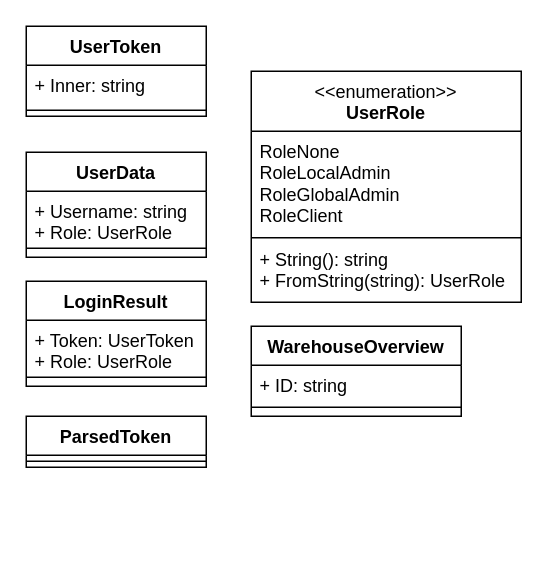
Above: page "types" (1 of 4) of assets/drawio/apigateway.drawio in alimitedgroup/alimitedgroup.github.io (draw.io), before the change. Source tidied: cells renumbered, new cells numbered last; positions are measured from the earlier drawing's top-left corner, leaving out a move shared by most shapes. Both pictures are drawn from the tidied source at 150%, with x=0, y=0 at pixel (26, 26).
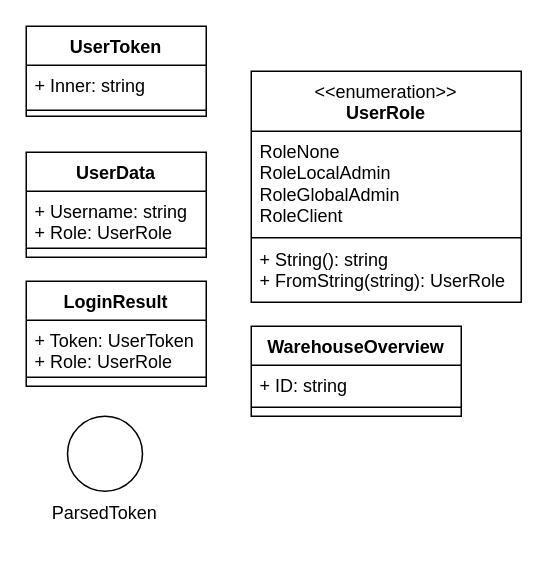
The same page after the edit.

The edit, as a diff of the source:
```diff
@@
-    <mxCell id="6" value="ParsedToken" style="swimlane;fontStyle=1;align=center;verticalAlign=top;horizontal=1;startSize=26;whiteSpace=wrap;html=1;" parent="1" vertex="1">
-      <mxGeometry y="260" width="120" height="34" as="geometry" />
-    </mxCell>
-    <mxCell id="7" style="line;strokeWidth=1;fillColor=none;align=left;verticalAlign=middle;spacingTop=-1;spacingLeft=3;spacingRight=3;labelPosition=right;strokeColor=inherit;" parent="6" vertex="1">
-      <mxGeometry y="26" width="120" height="8" as="geometry" />
-    </mxCell>
@@
+    <mxCell id="23" style="ellipse;whiteSpace=wrap;html=1;" parent="1" vertex="1">
+      <mxGeometry x="27.5" y="260" width="50" height="50" as="geometry" />
+    </mxCell>
+    <mxCell id="6" value="ParsedToken" style="text;html=1;align=center;verticalAlign=middle;whiteSpace=wrap;rounded=0;" parent="1" vertex="1">
+      <mxGeometry y="310" width="105" height="30" as="geometry" />
+    </mxCell>
```
